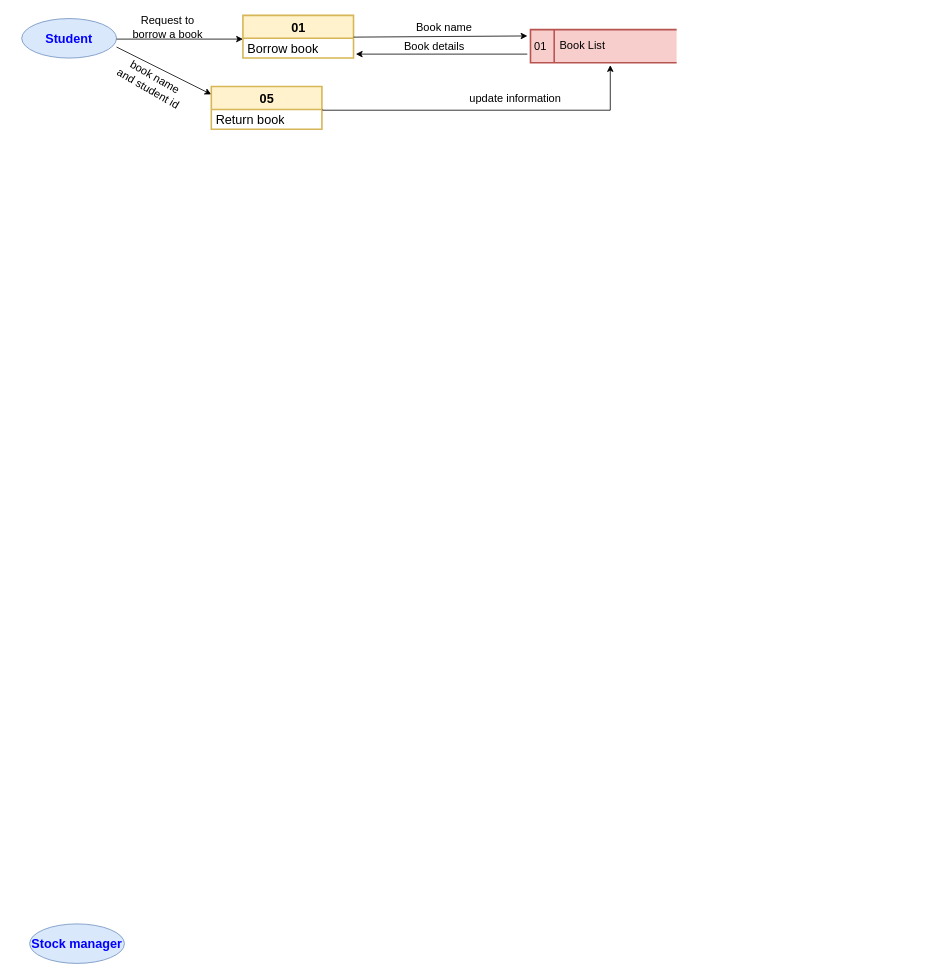
Before: L.drawio in doaa517/Diagrams, a draw.io diagram. Source tidied: cells renumbered, new cells numbered last; positions are measured from the earlier drawing's top-left corner, leaving out a move shared by most shapes. Both pictures are drawn from the tidied source at 79%, with x=0, y=0 at pixel (21, 15).
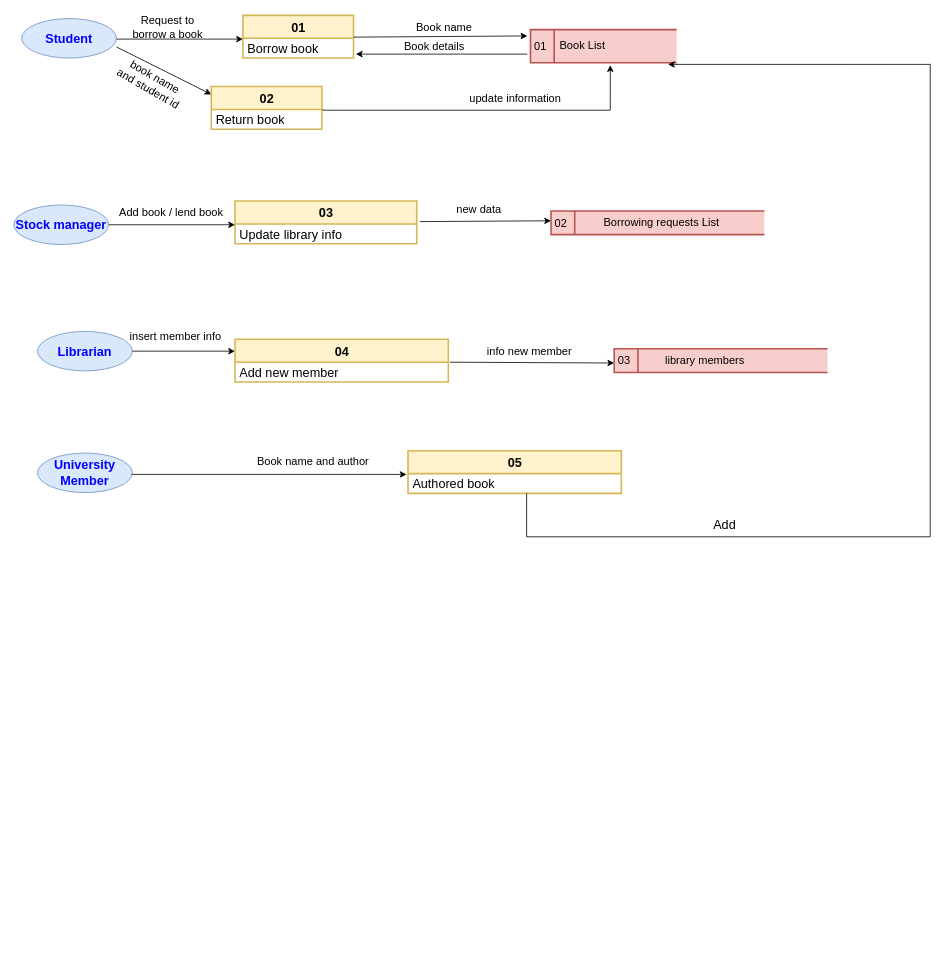
Above is the later version.

Unchanged cells that the change refers to:
```xml
<mxCell id="8" value="01" style="html=1;dashed=0;whitespace=wrap;shape=mxgraph.dfd.dataStoreID;align=left;spacingLeft=3;points=[[0,0],[0.5,0],[1,0],[0,0.5],[1,0.5],[0,1],[0.5,1],[1,1]];strokeWidth=2;fontSize=14;fillColor=#f8cecc;strokeColor=#b85450;" parent="1" vertex="1">
  <mxGeometry x="644" y="18" width="185" height="42" as="geometry" />
</mxCell>
```

The edit, as a diff of the source:
```diff
@@
     <mxCell id="2" value="&lt;b&gt;&lt;font style=&quot;font-size: 16px;&quot; color=&quot;#0000FF&quot;&gt;Stock manager&lt;/font&gt;&lt;/b&gt;" style="ellipse;whiteSpace=wrap;html=1;fillColor=#dae8fc;strokeColor=#6c8ebf;" parent="1" vertex="1">
-      <mxGeometry x="10" y="1150" width="120" height="50" as="geometry" />
+      <mxGeometry x="-10" y="240" width="120" height="50" as="geometry" />
     </mxCell>
@@
-    <mxCell id="15" value="05" style="swimlane;fontStyle=1;align=center;verticalAlign=middle;horizontal=1;startSize=29;html=1;fontSize=16;strokeWidth=2;fillColor=#fff2cc;strokeColor=#d6b656;" parent="1" vertex="1">
+    <mxCell id="15" value="02" style="swimlane;fontStyle=1;align=center;verticalAlign=middle;horizontal=1;startSize=29;html=1;fontSize=16;strokeWidth=2;fillColor=#fff2cc;strokeColor=#d6b656;" parent="1" vertex="1">
       <mxGeometry x="240" y="90" width="140" height="54" as="geometry" />
     </mxCell>
@@
+    <mxCell id="20" value="02" style="html=1;dashed=0;whitespace=wrap;shape=mxgraph.dfd.dataStoreID;align=left;spacingLeft=3;strokeWidth=2;fontSize=14;fillColor=#f8cecc;strokeColor=#b85450;" parent="1" vertex="1">
+      <mxGeometry x="670" y="247.5" width="270" height="30" as="geometry" />
+    </mxCell>
+    <mxCell id="21" value="&lt;font color=&quot;#000000&quot;&gt;Borrowing requests &lt;/font&gt;List" style="text;html=1;strokeColor=none;fillColor=none;align=center;verticalAlign=middle;whiteSpace=wrap;rounded=0;strokeWidth=2;fontSize=14;fontColor=#000000;" parent="1" vertex="1">
+      <mxGeometry x="720" y="246.5" width="180" height="30" as="geometry" />
+    </mxCell>
+    <mxCell id="22" value="03" style="swimlane;fontStyle=1;align=center;verticalAlign=middle;horizontal=1;startSize=29;html=1;fontSize=16;strokeWidth=2;fillColor=#fff2cc;strokeColor=#d6b656;" parent="1" vertex="1">
+      <mxGeometry x="270" y="235" width="230" height="54" as="geometry" />
+    </mxCell>
+    <mxCell id="23" value="&lt;font color=&quot;#000000&quot;&gt;Update library info&lt;/font&gt;" style="text;html=1;strokeColor=none;fillColor=none;align=left;verticalAlign=middle;spacingLeft=4;spacingRight=4;overflow=hidden;points=[[0,0.5],[1,0.5]];portConstraint=eastwest;fontSize=16;fontColor=#0000FF;" parent="22" vertex="1">
+      <mxGeometry y="29" width="230" height="25" as="geometry" />
+    </mxCell>
+    <mxCell id="24" style="endArrow=classic;html=1;rounded=0;fontSize=14;fontColor=#000000;exitX=0.725;exitY=0.94;exitDx=0;exitDy=0;exitPerimeter=0;" parent="1" edge="1">
+      <mxGeometry relative="1" as="geometry">
+        <mxPoint x="110" y="265" as="sourcePoint" />
+        <mxPoint x="270" y="265" as="targetPoint" />
+      </mxGeometry>
+    </mxCell>
+    <mxCell id="25" value="Add book / lend book" style="text;html=1;strokeColor=none;fillColor=none;align=center;verticalAlign=middle;whiteSpace=wrap;rounded=0;strokeWidth=2;fontSize=14;fontColor=#000000;rotation=0;" parent="1" vertex="1">
+      <mxGeometry x="120" y="235" width="139" height="30" as="geometry" />
+    </mxCell>
+    <mxCell id="26" style="endArrow=classic;html=1;rounded=0;fontSize=14;fontColor=#000000;exitX=1.017;exitY=-0.12;exitDx=0;exitDy=0;exitPerimeter=0;" parent="1" edge="1" source="23">
+      <mxGeometry relative="1" as="geometry">
+        <mxPoint x="670" y="260" as="targetPoint" />
+      </mxGeometry>
+    </mxCell>
+    <mxCell id="27" value="new data" style="text;html=1;strokeColor=none;fillColor=none;align=center;verticalAlign=middle;whiteSpace=wrap;rounded=0;strokeWidth=2;fontSize=14;fontColor=#000000;rotation=0;" parent="1" vertex="1">
+      <mxGeometry x="514" y="230" width="130" height="30" as="geometry" />
+    </mxCell>
+    <mxCell id="28" value="&lt;b&gt;&lt;font style=&quot;font-size: 16px;&quot; color=&quot;#0000FF&quot;&gt;Librarian&lt;/font&gt;&lt;/b&gt;" style="ellipse;whiteSpace=wrap;html=1;fillColor=#dae8fc;strokeColor=#6c8ebf;" parent="1" vertex="1">
+      <mxGeometry x="20" y="400" width="120" height="50" as="geometry" />
+    </mxCell>
+    <mxCell id="29" style="endArrow=classic;html=1;rounded=0;fontSize=14;fontColor=#000000;" parent="1" edge="1" source="28">
+      <mxGeometry relative="1" as="geometry">
+        <mxPoint x="270" y="425" as="targetPoint" />
+      </mxGeometry>
+    </mxCell>
+    <mxCell id="30" value="04" style="swimlane;fontStyle=1;align=center;verticalAlign=middle;horizontal=1;startSize=29;html=1;fontSize=16;strokeWidth=2;fillColor=#fff2cc;strokeColor=#d6b656;" parent="1" vertex="1">
+      <mxGeometry x="270" y="410" width="270" height="54" as="geometry" />
+    </mxCell>
+    <mxCell id="31" value="&lt;font color=&quot;#000000&quot;&gt;Add new member&lt;/font&gt;" style="text;html=1;strokeColor=none;fillColor=none;align=left;verticalAlign=middle;spacingLeft=4;spacingRight=4;overflow=hidden;points=[[0,0.5],[1,0.5]];portConstraint=eastwest;fontSize=16;fontColor=#0000FF;" parent="30" vertex="1">
+      <mxGeometry y="29" width="270" height="25" as="geometry" />
+    </mxCell>
+    <mxCell id="32" style="endArrow=classic;html=1;rounded=0;fontSize=14;fontColor=#000000;exitX=1.007;exitY=0;exitDx=0;exitDy=0;exitPerimeter=0;" parent="1" edge="1" source="31">
+      <mxGeometry relative="1" as="geometry">
+        <mxPoint x="750" y="440" as="targetPoint" />
+      </mxGeometry>
+    </mxCell>
+    <mxCell id="33" value="&lt;font color=&quot;#000000&quot;&gt;info new member&lt;/font&gt;" style="text;html=1;strokeColor=none;fillColor=none;align=center;verticalAlign=middle;whiteSpace=wrap;rounded=0;strokeWidth=2;fontSize=14;fontColor=#000000;rotation=0;" parent="1" vertex="1">
+      <mxGeometry x="546" y="410" width="194" height="30" as="geometry" />
+    </mxCell>
+    <mxCell id="34" value="03" style="html=1;dashed=0;whitespace=wrap;shape=mxgraph.dfd.dataStoreID;align=left;spacingLeft=3;strokeWidth=2;fontSize=14;fillColor=#f8cecc;strokeColor=#b85450;" parent="1" vertex="1">
+      <mxGeometry x="750" y="422" width="270" height="30" as="geometry" />
+    </mxCell>
+    <mxCell id="35" value="&lt;font color=&quot;#000000&quot;&gt;library members&lt;/font&gt;" style="text;html=1;strokeColor=none;fillColor=none;align=center;verticalAlign=middle;whiteSpace=wrap;rounded=0;strokeWidth=2;fontSize=14;fontColor=#000000;" parent="1" vertex="1">
+      <mxGeometry x="790" y="422" width="150" height="30" as="geometry" />
+    </mxCell>
+    <mxCell id="36" value="insert member info" style="text;html=1;strokeColor=none;fillColor=none;align=center;verticalAlign=middle;whiteSpace=wrap;rounded=0;strokeWidth=2;fontSize=14;fontColor=#000000;rotation=0;" parent="1" vertex="1">
+      <mxGeometry x="110" y="392" width="170" height="30" as="geometry" />
+    </mxCell>
+    <mxCell id="37" value="&lt;b&gt;&lt;font style=&quot;font-size: 16px;&quot; color=&quot;#0000FF&quot;&gt;University Member&lt;/font&gt;&lt;/b&gt;" style="ellipse;whiteSpace=wrap;html=1;fillColor=#dae8fc;strokeColor=#6c8ebf;" parent="1" vertex="1">
+      <mxGeometry x="20" y="554" width="120" height="50" as="geometry" />
+    </mxCell>
+    <mxCell id="38" value="05" style="swimlane;fontStyle=1;align=center;verticalAlign=middle;horizontal=1;startSize=29;html=1;fontSize=16;strokeWidth=2;fillColor=#fff2cc;strokeColor=#d6b656;" parent="1" vertex="1">
+      <mxGeometry x="489" y="551" width="270" height="54" as="geometry" />
+    </mxCell>
+    <mxCell id="39" value="&lt;font color=&quot;#000000&quot;&gt;Authored book&lt;/font&gt;" style="text;html=1;strokeColor=none;fillColor=none;align=left;verticalAlign=middle;spacingLeft=4;spacingRight=4;overflow=hidden;points=[[0,0.5],[1,0.5]];portConstraint=eastwest;fontSize=16;fontColor=#0000FF;" parent="38" vertex="1">
+      <mxGeometry y="29" width="270" height="25" as="geometry" />
+    </mxCell>
+    <mxCell id="40" style="endArrow=classic;html=1;rounded=0;fontSize=14;fontColor=#000000;entryX=-0.007;entryY=0.04;entryDx=0;entryDy=0;entryPerimeter=0;" parent="1" edge="1" target="39">
+      <mxGeometry relative="1" as="geometry">
+        <mxPoint x="139" y="581" as="sourcePoint" />
+      </mxGeometry>
+    </mxCell>
+    <mxCell id="41" value="Book name and author" style="text;html=1;strokeColor=none;fillColor=none;align=center;verticalAlign=middle;whiteSpace=wrap;rounded=0;strokeWidth=2;fontSize=14;fontColor=#000000;" parent="1" vertex="1">
+      <mxGeometry x="279" y="550" width="180" height="30" as="geometry" />
+    </mxCell>
+    <mxCell id="42" style="endArrow=classic;html=1;rounded=0;entryX=0.941;entryY=1.048;entryDx=0;entryDy=0;entryPerimeter=0;exitX=0.556;exitY=1;exitDx=0;exitDy=0;exitPerimeter=0;edgeStyle=orthogonalEdgeStyle;" parent="1" edge="1" source="39" target="8">
+      <mxGeometry relative="1" as="geometry">
+        <Array as="points">
+          <mxPoint x="639" y="660" />
+          <mxPoint x="1150" y="660" />
+          <mxPoint x="1150" y="62" />
+        </Array>
+      </mxGeometry>
+    </mxCell>
+    <mxCell id="43" value="&lt;font style=&quot;font-size: 16px;&quot;&gt;Add&lt;/font&gt;" style="text;html=1;strokeColor=none;fillColor=none;align=center;verticalAlign=middle;whiteSpace=wrap;rounded=0;" parent="1" vertex="1">
+      <mxGeometry x="860" y="630" width="60" height="30" as="geometry" />
+    </mxCell>
```
